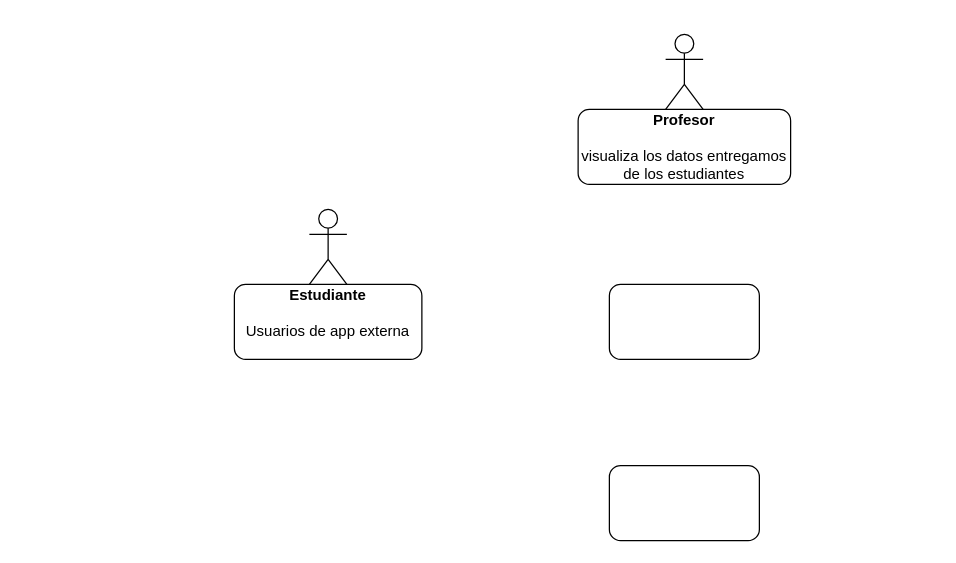
sanhue903/API-memoria keeps this draw.io diagram as page "C1" (4 of 6) of diagramas.drawio. Above is the earlier version. Source tidied: cells renumbered, new cells numbered last; positions are measured from the earlier drawing's top-left corner, leaving out a move shared by most shapes. Both pictures are drawn from the tidied source at 125%, with x=0, y=0 at pixel (234, 34).
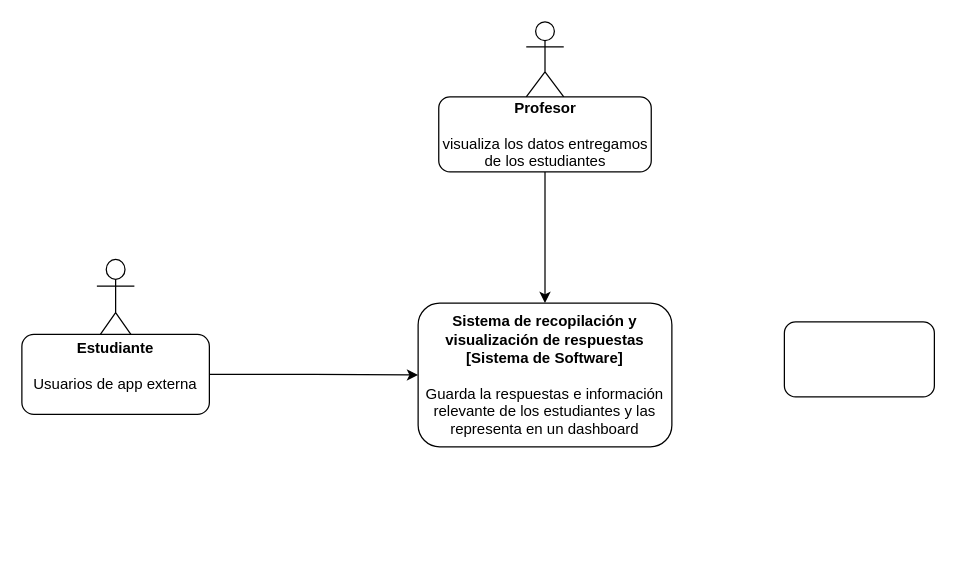
After the change.

The edit, as a diff of the source:
```diff
@@
 <mxGraphModel>
   <root>
     <mxCell id="0" />
     <mxCell id="1" parent="0" />
     <mxCell id="2" style="shape=umlActor;verticalLabelPosition=bottom;verticalAlign=top;html=1;" parent="1" vertex="1">
-      <mxGeometry x="345" width="30" height="60" as="geometry" />
+      <mxGeometry x="233.5" y="-10" width="30" height="60" as="geometry" />
     </mxCell>
     <mxCell id="3" value="&lt;div&gt;&lt;br&gt;&lt;/div&gt;" style="shape=umlActor;verticalLabelPosition=bottom;verticalAlign=top;html=1;" parent="1" vertex="1">
-      <mxGeometry x="60" y="140" width="30" height="60" as="geometry" />
+      <mxGeometry x="-110" y="180" width="30" height="64" as="geometry" />
     </mxCell>
-    <mxCell id="4" style="rounded=1;whiteSpace=wrap;html=1;" parent="1" vertex="1">
-      <mxGeometry x="300" y="200" width="120" height="60" as="geometry" />
+    <mxCell id="4" value="&lt;b&gt;Sistema de recopilación y visualización de respuestas&lt;/b&gt;&lt;div&gt;&lt;b&gt;[Sistema de Software]&lt;/b&gt;&lt;/div&gt;&lt;div&gt;&lt;b&gt;&lt;br&gt;&lt;/b&gt;&lt;/div&gt;&lt;div&gt;Guarda la respuestas e información relevante de los estudiantes y las representa en un dashboard&lt;/div&gt;" style="rounded=1;whiteSpace=wrap;html=1;" parent="1" vertex="1">
+      <mxGeometry x="147" y="215" width="203" height="115" as="geometry" />
     </mxCell>
     <mxCell id="5" style="rounded=1;whiteSpace=wrap;html=1;" parent="1" vertex="1">
-      <mxGeometry x="300" y="345" width="120" height="60" as="geometry" />
+      <mxGeometry x="440" y="230" width="120" height="60" as="geometry" />
     </mxCell>
+    <mxCell id="8" style="edgeStyle=orthogonalEdgeStyle;rounded=0;jettySize=auto;html=1;entryX=0;entryY=0.5;entryDx=0;entryDy=0;" parent="1" edge="1" source="6" target="4">
+      <mxGeometry relative="1" as="geometry" />
+    </mxCell>
     <mxCell id="6" value="&lt;b&gt;Estudiante&lt;/b&gt;&lt;div&gt;&lt;br&gt;&lt;/div&gt;&lt;div&gt;Usuarios de app externa&lt;/div&gt;&lt;div&gt;&lt;br&gt;&lt;/div&gt;" style="rounded=1;whiteSpace=wrap;html=1;" parent="1" vertex="1">
-      <mxGeometry y="200" width="150" height="60" as="geometry" />
+      <mxGeometry x="-170" y="240" width="150" height="64" as="geometry" />
     </mxCell>
+    <mxCell id="9" style="edgeStyle=orthogonalEdgeStyle;rounded=0;jettySize=auto;html=1;exitX=0.5;exitY=1;exitDx=0;exitDy=0;entryX=0.5;entryY=0;entryDx=0;entryDy=0;" parent="1" edge="1" source="7" target="4">
+      <mxGeometry relative="1" as="geometry" />
+    </mxCell>
     <mxCell id="7" value="&lt;b&gt;Profesor&lt;/b&gt;&lt;br&gt;&lt;div&gt;&lt;br&gt;&lt;/div&gt;&lt;div&gt;visualiza los datos entregamos de los estudiantes&lt;/div&gt;" style="rounded=1;whiteSpace=wrap;html=1;" parent="1" vertex="1">
-      <mxGeometry x="275" y="60" width="170" height="60" as="geometry" />
+      <mxGeometry x="163.5" y="50" width="170" height="60" as="geometry" />
     </mxCell>
   </root>
 </mxGraphModel>
```
